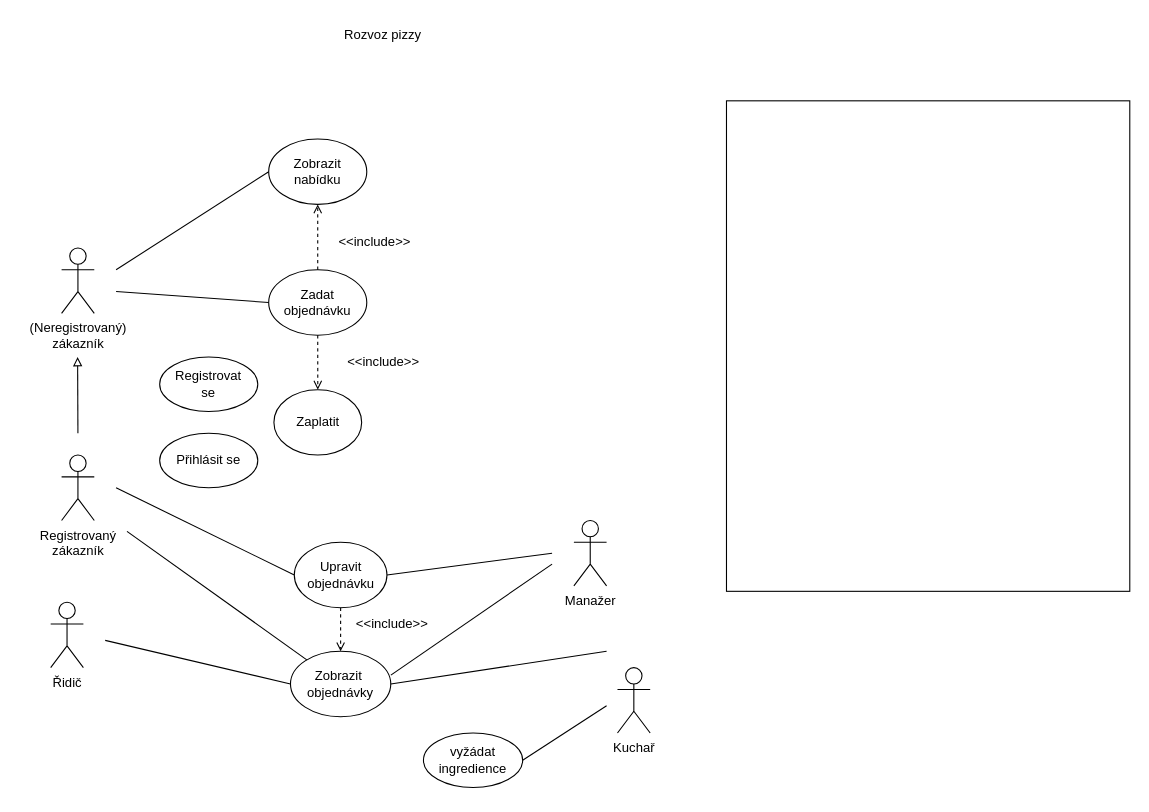
vitvlasanek/VIS_projekt keeps this draw.io diagram as page "Stránka-1" (1 of 2) of UseCaseDiagram.drawio. Above is the earlier version. Source tidied: cells renumbered, new cells numbered last; positions are measured from the earlier drawing's top-left corner, leaving out a move shared by most shapes. Both pictures are drawn from the tidied source at 109%, with x=0, y=0 at pixel (50, 19).
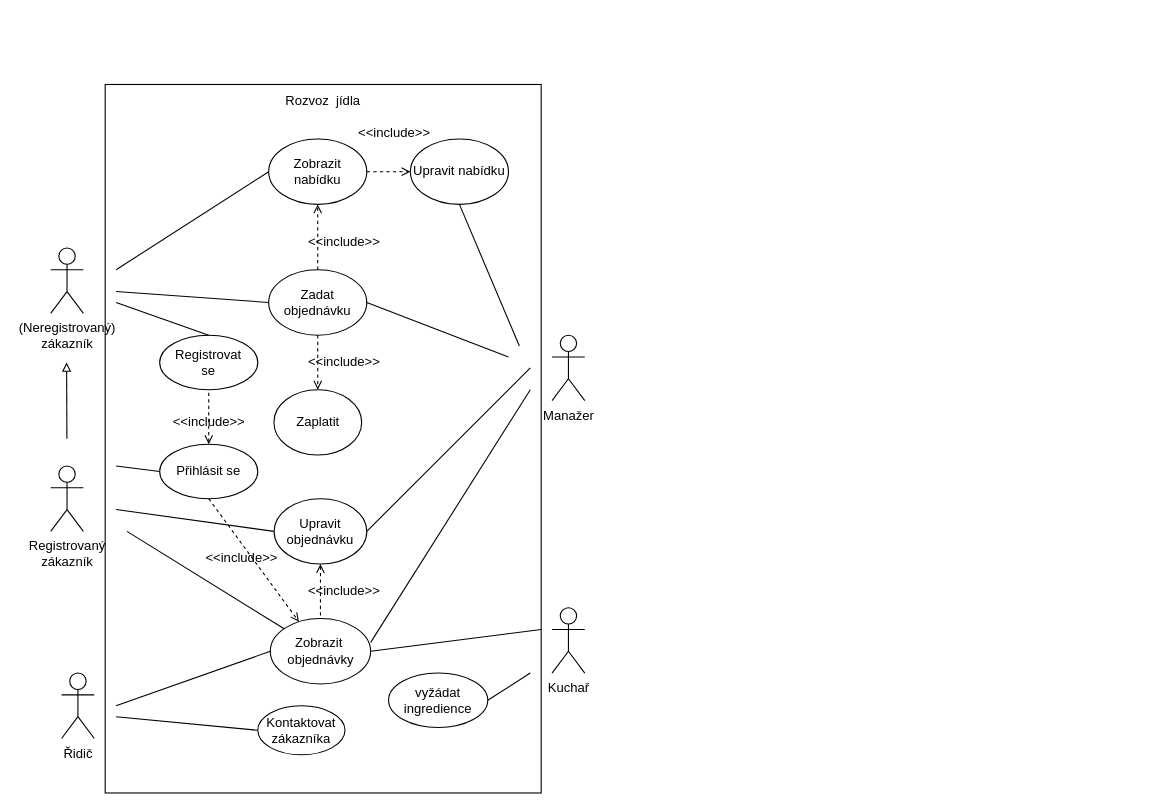
The same diagram, later.

The change refers to these unchanged cells:
```xml
<mxCell id="5" value="Zadat objednávku" style="ellipse;whiteSpace=wrap;html=1;" parent="1" vertex="1">
  <mxGeometry x="200" y="230" width="90" height="60" as="geometry" />
</mxCell>
<mxCell id="11" value="Zobrazit nabídku" style="ellipse;whiteSpace=wrap;html=1;fillColor=default;" parent="1" vertex="1">
  <mxGeometry x="200" y="110" width="90" height="60" as="geometry" />
</mxCell>
```

The edit, as a diff of the source:
```diff
@@
     <mxCell id="2" value="Řidič" style="shape=umlActor;verticalLabelPosition=bottom;verticalAlign=top;html=1;" parent="1" vertex="1">
-      <mxGeometry y="535" width="30" height="60" as="geometry" />
+      <mxGeometry x="10" y="600" width="30" height="60" as="geometry" />
     </mxCell>
     <mxCell id="3" value="Manažer" style="shape=umlActor;verticalLabelPosition=bottom;verticalAlign=top;html=1;" parent="1" vertex="1">
-      <mxGeometry x="480" y="460" width="30" height="60" as="geometry" />
+      <mxGeometry x="460" y="290" width="30" height="60" as="geometry" />
     </mxCell>
     <mxCell id="4" value="Upravit objednávku" style="ellipse;whiteSpace=wrap;html=1;" parent="1" vertex="1">
-      <mxGeometry x="223.5" y="480" width="85" height="60" as="geometry" />
+      <mxGeometry x="205" y="440" width="85" height="60" as="geometry" />
     </mxCell>
@@
     <mxCell id="6" value="Zobrazit&amp;nbsp; objednávky" style="ellipse;whiteSpace=wrap;html=1;" parent="1" vertex="1">
-      <mxGeometry x="220" y="580" width="92" height="60" as="geometry" />
+      <mxGeometry x="201.5" y="550" width="92" height="60" as="geometry" />
     </mxCell>
     <mxCell id="7" value="Kuchař" style="shape=umlActor;verticalLabelPosition=bottom;verticalAlign=top;html=1;" parent="1" vertex="1">
-      <mxGeometry x="520" y="595" width="30" height="60" as="geometry" />
+      <mxGeometry x="460" y="540" width="30" height="60" as="geometry" />
     </mxCell>
     <mxCell id="8" style="rounded=0;whiteSpace=wrap;html=1;fillColor=none;" parent="1" vertex="1">
-      <mxGeometry x="620" y="75" width="370" height="450" as="geometry" />
+      <mxGeometry x="50" y="60" width="400" height="650" as="geometry" />
     </mxCell>
-    <mxCell id="9" value="Rozvoz pizzy" style="text;html=1;strokeColor=none;fillColor=none;align=center;verticalAlign=middle;whiteSpace=wrap;rounded=0;" parent="1" vertex="1">
-      <mxGeometry x="252" width="106" height="30" as="geometry" />
+    <mxCell id="9" value="Rozvoz&amp;nbsp; jídla" style="text;html=1;strokeColor=none;fillColor=none;align=center;verticalAlign=middle;whiteSpace=wrap;rounded=0;" parent="1" vertex="1">
+      <mxGeometry x="197" y="60" width="106" height="30" as="geometry" />
     </mxCell>
@@
+    <mxCell id="33" style="edgeStyle=orthogonalEdgeStyle;rounded=0;jettySize=auto;html=1;exitX=1;exitY=0.5;exitDx=0;exitDy=0;entryX=0;entryY=0.5;entryDx=0;entryDy=0;startArrow=none;startFill=0;endArrow=open;endFill=0;dashed=1;" parent="1" edge="1" source="11" target="40">
+      <mxGeometry relative="1" as="geometry" />
+    </mxCell>
@@
     <mxCell id="14" style="endArrow=none;html=1;rounded=0;entryX=0;entryY=0.5;entryDx=0;entryDy=0;" parent="1" edge="1" target="6">
       <mxGeometry relative="1" as="geometry">
-        <mxPoint x="50" y="570" as="sourcePoint" />
+        <mxPoint x="60" y="630" as="sourcePoint" />
       </mxGeometry>
     </mxCell>
     <mxCell id="15" style="endArrow=none;html=1;rounded=0;exitX=1.001;exitY=0.364;exitDx=0;exitDy=0;exitPerimeter=0;" parent="1" edge="1" source="6">
       <mxGeometry relative="1" as="geometry">
-        <mxPoint x="460" y="500" as="targetPoint" />
+        <mxPoint x="440" y="340" as="targetPoint" />
       </mxGeometry>
     </mxCell>
     <mxCell id="16" style="endArrow=none;html=1;rounded=0;entryX=1;entryY=0.5;entryDx=0;entryDy=0;" parent="1" edge="1" target="6">
       <mxGeometry relative="1" as="geometry">
-        <mxPoint x="510" y="580" as="sourcePoint" />
+        <mxPoint x="450" y="560" as="sourcePoint" />
       </mxGeometry>
     </mxCell>
     <mxCell id="17" value="(Neregistrovaný)&lt;br&gt;zákazník" style="shape=umlActor;verticalLabelPosition=bottom;verticalAlign=top;html=1;fillColor=default;" parent="1" vertex="1">
-      <mxGeometry x="10" y="210" width="30" height="60" as="geometry" />
+      <mxGeometry y="210" width="30" height="60" as="geometry" />
     </mxCell>
     <mxCell id="18" value="Registrovaný &lt;br&gt;zákazník" style="shape=umlActor;verticalLabelPosition=bottom;verticalAlign=top;html=1;fillColor=default;" parent="1" vertex="1">
-      <mxGeometry x="10" y="400" width="30" height="60" as="geometry" />
+      <mxGeometry y="410" width="30" height="60" as="geometry" />
     </mxCell>
     <mxCell id="19" style="endArrow=block;html=1;rounded=0;endFill=0;" parent="1" edge="1">
       <mxGeometry relative="1" as="geometry">
-        <mxPoint x="25" y="380" as="sourcePoint" />
-        <mxPoint x="24.7" y="310" as="targetPoint" />
+        <mxPoint x="14.9" y="385" as="sourcePoint" />
+        <mxPoint x="14.6" y="315" as="targetPoint" />
       </mxGeometry>
     </mxCell>
@@
     <mxCell id="22" value="&amp;lt;&amp;lt;include&amp;gt;&amp;gt;" style="text;html=1;align=center;verticalAlign=middle;strokeColor=none;fillColor=none;" parent="1" vertex="1">
-      <mxGeometry x="260" y="300" width="90" height="30" as="geometry" />
+      <mxGeometry x="223.5" y="300" width="90" height="30" as="geometry" />
     </mxCell>
     <mxCell id="23" value="&amp;lt;&amp;lt;include&amp;gt;&amp;gt;" style="text;html=1;align=center;verticalAlign=middle;strokeColor=none;fillColor=none;" parent="1" vertex="1">
-      <mxGeometry x="252" y="190" width="90" height="30" as="geometry" />
+      <mxGeometry x="223.5" y="190" width="90" height="30" as="geometry" />
     </mxCell>
     <mxCell id="24" value="Přihlásit se" style="ellipse;whiteSpace=wrap;html=1;fillColor=default;" parent="1" vertex="1">
-      <mxGeometry x="100" y="380" width="90" height="50" as="geometry" />
+      <mxGeometry x="100" y="390" width="90" height="50" as="geometry" />
     </mxCell>
@@
     <mxCell id="26" value="vyžádat ingredience" style="ellipse;whiteSpace=wrap;html=1;fillColor=default;" parent="1" vertex="1">
-      <mxGeometry x="342" y="655" width="91" height="50" as="geometry" />
+      <mxGeometry x="310" y="600" width="91" height="50" as="geometry" />
     </mxCell>
     <mxCell id="27" style="endArrow=none;html=1;rounded=0;exitX=1;exitY=0.5;exitDx=0;exitDy=0;" parent="1" edge="1" source="26">
       <mxGeometry relative="1" as="geometry">
-        <mxPoint x="510" y="630" as="targetPoint" />
+        <mxPoint x="440" y="600" as="targetPoint" />
       </mxGeometry>
     </mxCell>
     <mxCell id="28" value="&amp;lt;&amp;lt;include&amp;gt;&amp;gt;" style="text;html=1;align=center;verticalAlign=middle;strokeColor=none;fillColor=none;" parent="1" vertex="1">
-      <mxGeometry x="268" y="540" width="90" height="30" as="geometry" />
+      <mxGeometry x="223.5" y="510" width="90" height="30" as="geometry" />
     </mxCell>
-    <mxCell id="29" style="edgeStyle=orthogonalEdgeStyle;rounded=0;jettySize=auto;html=1;dashed=1;endArrow=open;endFill=0;exitX=0.5;exitY=1;exitDx=0;exitDy=0;entryX=0.5;entryY=0;entryDx=0;entryDy=0;" parent="1" edge="1" source="4" target="6">
+    <mxCell id="29" style="edgeStyle=orthogonalEdgeStyle;rounded=0;jettySize=auto;html=1;dashed=1;endArrow=none;endFill=0;exitX=0.5;exitY=1;exitDx=0;exitDy=0;entryX=0.5;entryY=0;entryDx=0;entryDy=0;startArrow=open;startFill=0;" parent="1" edge="1" source="4" target="6">
       <mxGeometry relative="1" as="geometry" />
     </mxCell>
     <mxCell id="30" style="endArrow=none;html=1;rounded=0;exitX=0;exitY=0.5;exitDx=0;exitDy=0;" parent="1" edge="1" source="4">
       <mxGeometry relative="1" as="geometry">
-        <mxPoint x="60" y="430" as="targetPoint" />
+        <mxPoint x="60" y="450" as="targetPoint" />
       </mxGeometry>
     </mxCell>
     <mxCell id="31" value="Registrovat&lt;br&gt;se" style="ellipse;whiteSpace=wrap;html=1;fillColor=default;" parent="1" vertex="1">
-      <mxGeometry x="100" y="310" width="90" height="50" as="geometry" />
+      <mxGeometry x="100" y="290" width="90" height="50" as="geometry" />
     </mxCell>
     <mxCell id="32" style="endArrow=none;html=1;rounded=0;exitX=1;exitY=0.5;exitDx=0;exitDy=0;" parent="1" edge="1" source="4">
       <mxGeometry relative="1" as="geometry">
-        <mxPoint x="460" y="490" as="targetPoint" />
+        <mxPoint x="440" y="320" as="targetPoint" />
       </mxGeometry>
     </mxCell>
+    <mxCell id="34" style="endArrow=none;html=1;rounded=0;entryX=0;entryY=0.5;entryDx=0;entryDy=0;" parent="1" edge="1" target="24">
+      <mxGeometry relative="1" as="geometry">
+        <mxPoint x="60" y="410" as="sourcePoint" />
+      </mxGeometry>
+    </mxCell>
+    <mxCell id="35" style="endArrow=none;html=1;rounded=0;entryX=0.5;entryY=0;entryDx=0;entryDy=0;" parent="1" edge="1" target="31">
+      <mxGeometry relative="1" as="geometry">
+        <mxPoint x="60" y="260" as="sourcePoint" />
+      </mxGeometry>
+    </mxCell>
+    <mxCell id="36" style="endArrow=none;html=1;rounded=0;entryX=0.5;entryY=1;entryDx=0;entryDy=0;exitX=0.5;exitY=0;exitDx=0;exitDy=0;endFill=0;dashed=1;startArrow=open;startFill=0;" parent="1" edge="1" source="24" target="31">
+      <mxGeometry relative="1" as="geometry" />
+    </mxCell>
+    <mxCell id="37" value="&amp;lt;&amp;lt;include&amp;gt;&amp;gt;" style="text;html=1;align=center;verticalAlign=middle;strokeColor=none;fillColor=none;" parent="1" vertex="1">
+      <mxGeometry x="100" y="355" width="90" height="30" as="geometry" />
+    </mxCell>
+    <mxCell id="38" style="endArrow=none;html=1;rounded=0;entryX=0;entryY=0.5;entryDx=0;entryDy=0;" parent="1" edge="1" target="39">
+      <mxGeometry relative="1" as="geometry">
+        <mxPoint x="60" y="640" as="sourcePoint" />
+      </mxGeometry>
+    </mxCell>
+    <mxCell id="39" value="Kontaktovat&lt;br&gt;zákazníka" style="ellipse;whiteSpace=wrap;html=1;fillColor=default;" parent="1" vertex="1">
+      <mxGeometry x="190" y="630" width="80" height="45" as="geometry" />
+    </mxCell>
+    <mxCell id="40" value="Upravit nabídku" style="ellipse;whiteSpace=wrap;html=1;fillColor=default;" parent="1" vertex="1">
+      <mxGeometry x="330" y="110" width="90" height="60" as="geometry" />
+    </mxCell>
+    <mxCell id="41" style="endArrow=none;html=1;rounded=0;entryX=0.5;entryY=1;entryDx=0;entryDy=0;" parent="1" edge="1" target="40">
+      <mxGeometry relative="1" as="geometry">
+        <mxPoint x="430" y="300" as="sourcePoint" />
+      </mxGeometry>
+    </mxCell>
+    <mxCell id="42" style="endArrow=none;html=1;rounded=0;exitX=1;exitY=0.5;exitDx=0;exitDy=0;" parent="1" edge="1" source="5">
+      <mxGeometry relative="1" as="geometry">
+        <mxPoint x="420" y="310" as="targetPoint" />
+      </mxGeometry>
+    </mxCell>
+    <mxCell id="43" value="&amp;lt;&amp;lt;include&amp;gt;&amp;gt;" style="text;html=1;align=center;verticalAlign=middle;strokeColor=none;fillColor=none;" parent="1" vertex="1">
+      <mxGeometry x="270" y="90" width="90" height="30" as="geometry" />
+    </mxCell>
+    <mxCell id="44" style="endArrow=open;html=1;rounded=0;exitX=0.5;exitY=1;exitDx=0;exitDy=0;dashed=1;endFill=0;" parent="1" edge="1" source="24" target="6">
+      <mxGeometry relative="1" as="geometry" />
+    </mxCell>
+    <mxCell id="45" value="&amp;lt;&amp;lt;include&amp;gt;&amp;gt;" style="text;html=1;align=center;verticalAlign=middle;strokeColor=none;fillColor=none;" parent="1" vertex="1">
+      <mxGeometry x="130" y="480" width="90" height="30" as="geometry" />
+    </mxCell>
```
